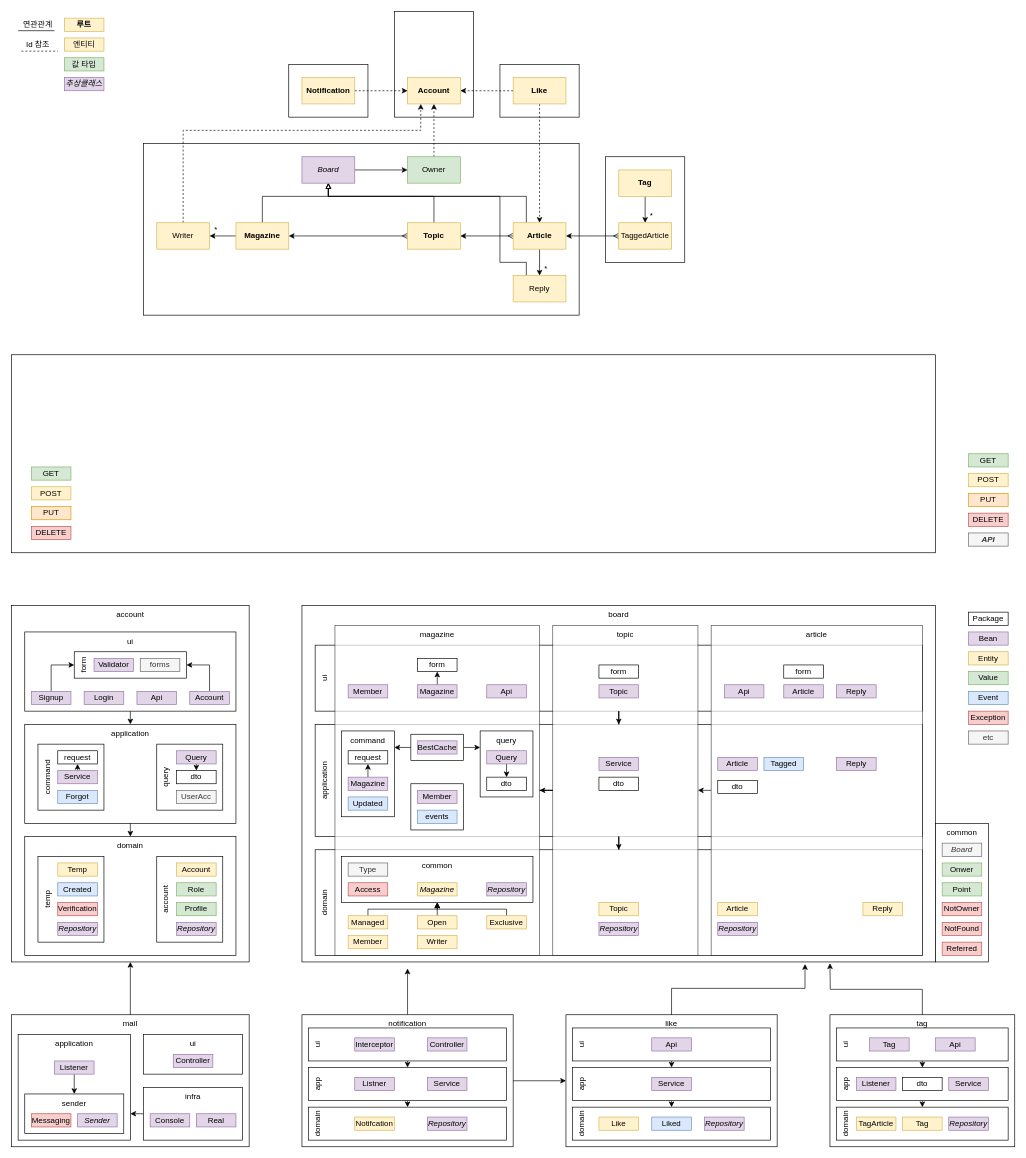
The draw.io diagram diagram.drawio in suloginscene/dinner, before the edit. Source tidied: cells renumbered, new cells numbered last; positions are measured from the earlier drawing's top-left corner, leaving out a move shared by most shapes. Both pictures are drawn from the tidied source at 66%, with x=0, y=0 at pixel (11, 11).
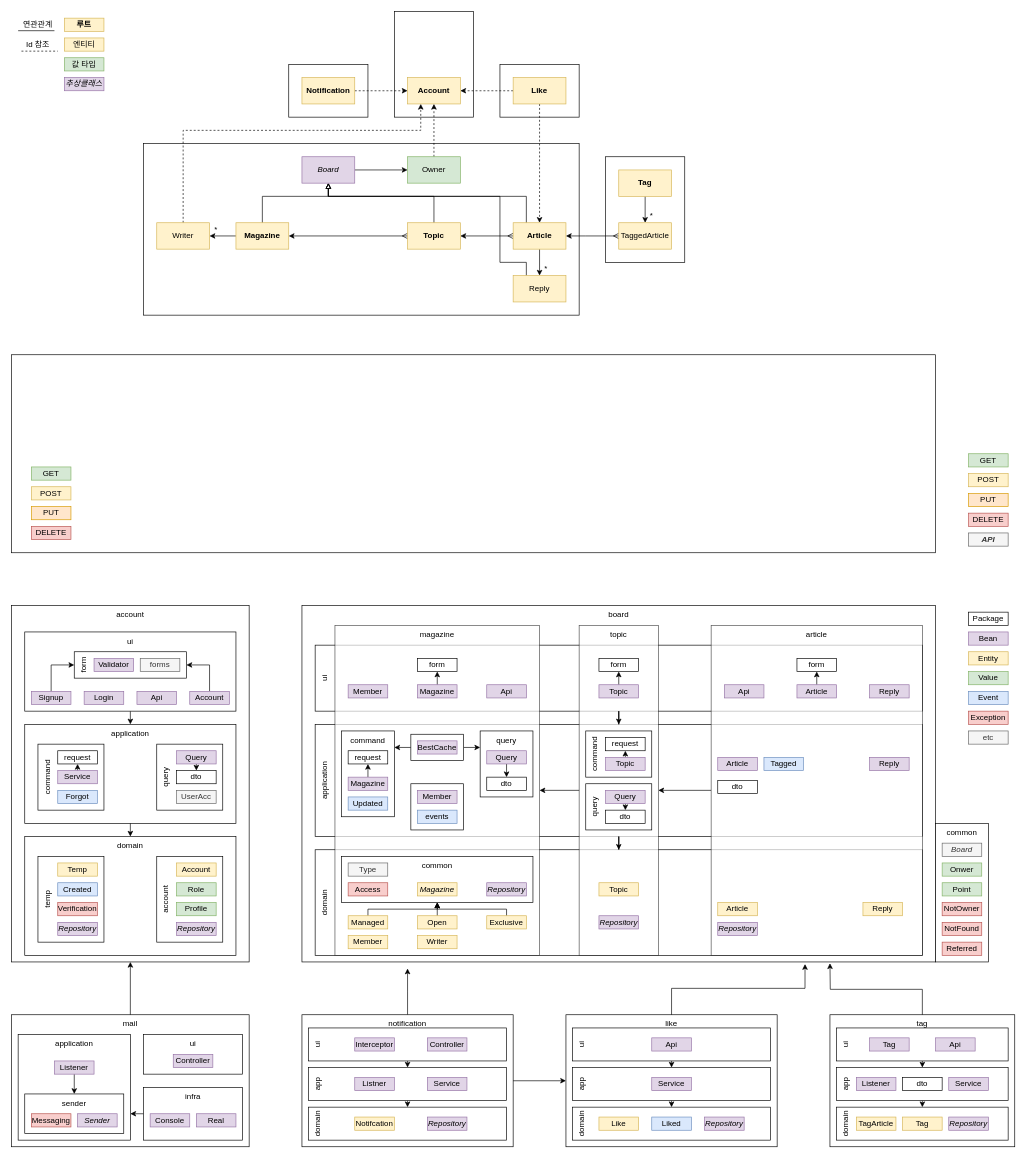
Above is the later version.

The change refers to these unchanged cells:
```xml
<mxCell id="84" value="Topic" style="rounded=0;whiteSpace=wrap;html=1;strokeColor=#9673a6;fillColor=#e1d5e7;" parent="1" vertex="1">
  <mxGeometry x="890" y="1020" width="60" height="20" as="geometry" />
</mxCell>
```

Diff of the diagram source:
```diff
@@
     <mxCell id="37" value="topic" style="rounded=0;whiteSpace=wrap;html=1;horizontal=1;verticalAlign=top;opacity=70;" parent="1" vertex="1">
-      <mxGeometry x="820" y="930" width="220" height="500" as="geometry" />
+      <mxGeometry x="860" y="930" width="120" height="500" as="geometry" />
     </mxCell>
@@
+    <mxCell id="227" style="edgeStyle=orthogonalEdgeStyle;rounded=0;jettySize=auto;html=1;exitX=0.5;exitY=0;exitDx=0;exitDy=0;entryX=0.5;entryY=1;entryDx=0;entryDy=0;" parent="1" edge="1" source="84" target="88">
+      <mxGeometry relative="1" as="geometry" />
+    </mxCell>
@@
+    <mxCell id="228" style="edgeStyle=orthogonalEdgeStyle;rounded=0;jettySize=auto;html=1;exitX=0.5;exitY=0;exitDx=0;exitDy=0;entryX=0.5;entryY=1;entryDx=0;entryDy=0;" parent="1" edge="1" source="85" target="89">
+      <mxGeometry relative="1" as="geometry" />
+    </mxCell>
     <mxCell id="85" value="Article" style="rounded=0;whiteSpace=wrap;html=1;strokeColor=#9673a6;fillColor=#e1d5e7;" parent="1" vertex="1">
-      <mxGeometry x="1170" y="1020" width="60" height="20" as="geometry" />
+      <mxGeometry x="1190" y="1020" width="60" height="20" as="geometry" />
     </mxCell>
     <mxCell id="86" value="Reply" style="rounded=0;whiteSpace=wrap;html=1;strokeColor=#9673a6;fillColor=#e1d5e7;" parent="1" vertex="1">
-      <mxGeometry x="1250" y="1020" width="60" height="20" as="geometry" />
+      <mxGeometry x="1300" y="1020" width="60" height="20" as="geometry" />
     </mxCell>
@@
     <mxCell id="88" value="form" style="rounded=0;whiteSpace=wrap;html=1;" parent="1" vertex="1">
-      <mxGeometry x="890" y="990" width="60" height="20" as="geometry" />
+      <mxGeometry x="890" y="980" width="60" height="20" as="geometry" />
     </mxCell>
     <mxCell id="89" value="form" style="rounded=0;whiteSpace=wrap;html=1;" parent="1" vertex="1">
-      <mxGeometry x="1170" y="990" width="60" height="20" as="geometry" />
+      <mxGeometry x="1190" y="980" width="60" height="20" as="geometry" />
     </mxCell>
-    <mxCell id="90" value="Service" style="rounded=0;whiteSpace=wrap;html=1;strokeColor=#9673a6;fillColor=#e1d5e7;" parent="1" vertex="1">
-      <mxGeometry x="890" y="1130" width="60" height="20" as="geometry" />
-    </mxCell>
@@
     <mxCell id="92" value="Reply" style="rounded=0;whiteSpace=wrap;html=1;strokeColor=#9673a6;fillColor=#e1d5e7;" parent="1" vertex="1">
-      <mxGeometry x="1250" y="1130" width="60" height="20" as="geometry" />
+      <mxGeometry x="1300" y="1130" width="60" height="20" as="geometry" />
     </mxCell>
     <mxCell id="93" value="Topic" style="rounded=0;whiteSpace=wrap;html=1;strokeColor=#d6b656;fillColor=#fff2cc;" parent="1" vertex="1">
-      <mxGeometry x="890" y="1350" width="60" height="20" as="geometry" />
+      <mxGeometry x="890" y="1320" width="60" height="20" as="geometry" />
     </mxCell>
@@
     <mxCell id="96" value="Repository" style="rounded=0;whiteSpace=wrap;html=1;strokeColor=#9673a6;fillColor=#e1d5e7;fontStyle=2;" parent="1" vertex="1">
-      <mxGeometry x="890" y="1380" width="60" height="20" as="geometry" />
+      <mxGeometry x="890" y="1370" width="60" height="20" as="geometry" />
     </mxCell>
@@
-    <mxCell id="195" value="dto" style="rounded=0;whiteSpace=wrap;html=1;" parent="1" vertex="1">
-      <mxGeometry x="890" y="1160" width="60" height="20" as="geometry" />
-    </mxCell>
@@
+    <mxCell id="229" value="command" style="rounded=0;whiteSpace=wrap;html=1;horizontal=0;verticalAlign=top;" parent="1" vertex="1">
+      <mxGeometry x="870" y="1090" width="100" height="70" as="geometry" />
+    </mxCell>
+    <mxCell id="230" style="edgeStyle=orthogonalEdgeStyle;rounded=0;jettySize=auto;html=1;exitX=0.5;exitY=0;exitDx=0;exitDy=0;entryX=0.5;entryY=1;entryDx=0;entryDy=0;" parent="1" edge="1" source="90" target="195">
+      <mxGeometry relative="1" as="geometry" />
+    </mxCell>
+    <mxCell id="90" value="Topic" style="rounded=0;whiteSpace=wrap;html=1;strokeColor=#9673a6;fillColor=#e1d5e7;" parent="1" vertex="1">
+      <mxGeometry x="900" y="1130" width="60" height="20" as="geometry" />
+    </mxCell>
+    <mxCell id="231" value="query" style="rounded=0;whiteSpace=wrap;html=1;horizontal=0;verticalAlign=top;" parent="1" vertex="1">
+      <mxGeometry x="870" y="1170" width="100" height="70" as="geometry" />
+    </mxCell>
+    <mxCell id="195" value="request" style="rounded=0;whiteSpace=wrap;html=1;" parent="1" vertex="1">
+      <mxGeometry x="900" y="1100" width="60" height="20" as="geometry" />
+    </mxCell>
+    <mxCell id="232" style="edgeStyle=orthogonalEdgeStyle;rounded=0;jettySize=auto;html=1;exitX=0.5;exitY=1;exitDx=0;exitDy=0;entryX=0.5;entryY=0;entryDx=0;entryDy=0;" parent="1" edge="1" source="233" target="234">
+      <mxGeometry relative="1" as="geometry" />
+    </mxCell>
+    <mxCell id="233" value="Query" style="rounded=0;whiteSpace=wrap;html=1;strokeColor=#9673a6;fillColor=#e1d5e7;" parent="1" vertex="1">
+      <mxGeometry x="900" y="1180" width="60" height="20" as="geometry" />
+    </mxCell>
+    <mxCell id="234" value="dto" style="rounded=0;whiteSpace=wrap;html=1;" parent="1" vertex="1">
+      <mxGeometry x="900" y="1210" width="60" height="20" as="geometry" />
+    </mxCell>
```
